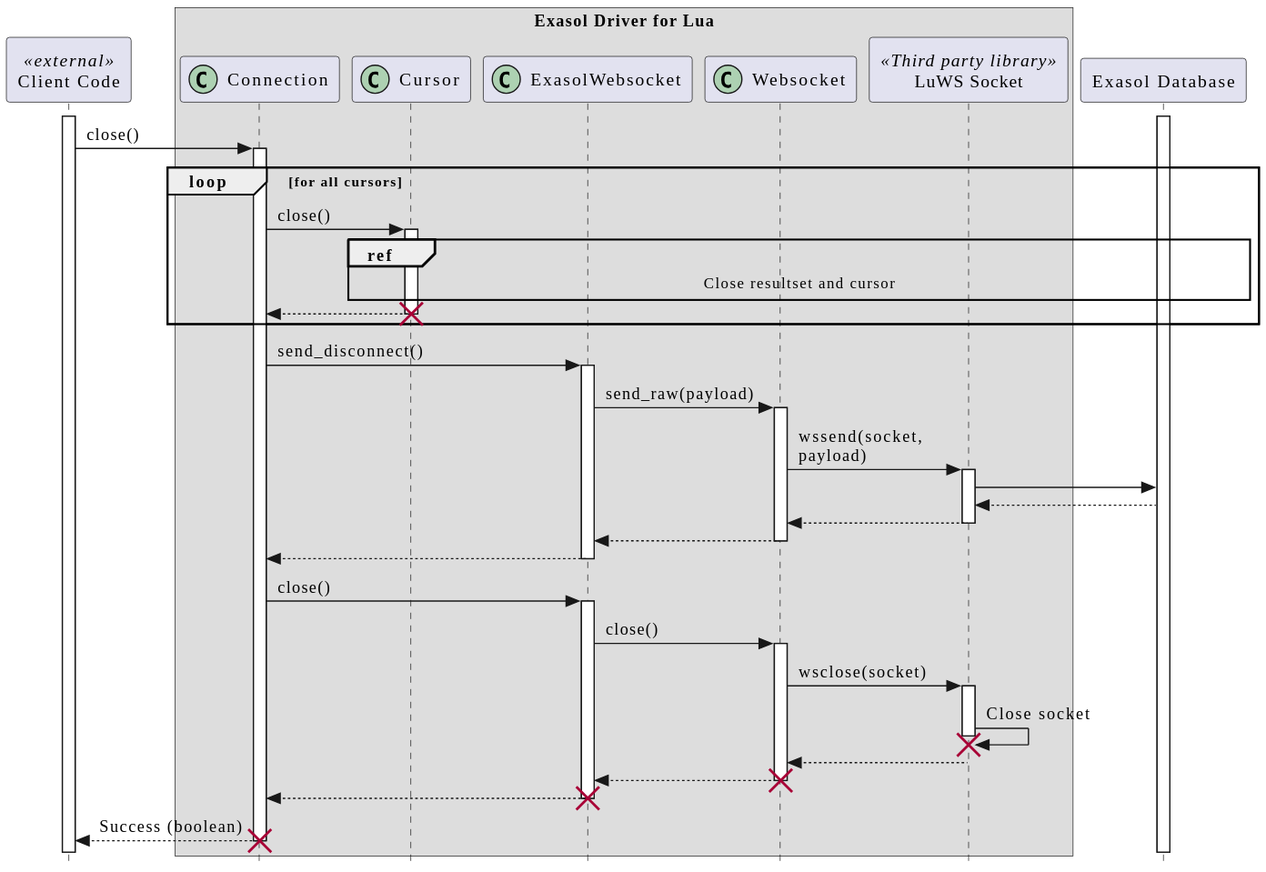
exasol/exasol-driver-lua keeps this PlantUML diagram as doc/images/generated/seq_connection_close.svg. Above is the earlier version. Its diagram source:
```plantuml
@startuml seq_connection_close
!include ../clean.skin

participant "Client Code" as client <<external>>
box "Exasol Driver for Lua"
    participant Connection as conn << (C,#ADD1B2) >>
    participant Cursor as cur << (C,#ADD1B2) >>
    participant ExasolWebsocket as exaws << (C,#ADD1B2) >>
    participant Websocket as ws << (C,#ADD1B2) >>
    participant "LuWS Socket" as luws <<Third party library>>
end box
participant "Exasol Database" as db

activate client
activate db

client -> conn : close()
activate conn
loop for all cursors
    conn -> cur : close()
    activate cur
    ref over cur, db: Close resultset and cursor
    cur --> conn
    destroy cur
end
conn -> exaws : send_disconnect()
activate exaws
exaws -> ws : send_raw(payload)
activate ws
ws -> luws : wssend(socket,\npayload)
activate luws
luws -> db
db --> luws
luws --> ws
deactivate luws
ws --> exaws
deactivate ws
exaws --> conn
deactivate exaws
conn -> exaws : close()
activate exaws
exaws -> ws : close()
activate ws
ws -> luws : wsclose(socket)
activate luws
luws -> luws : Close socket
destroy luws
luws --> ws
ws --> exaws
destroy ws
exaws --> conn
destroy exaws
conn --> client: Success (boolean)
destroy conn


@enduml
```
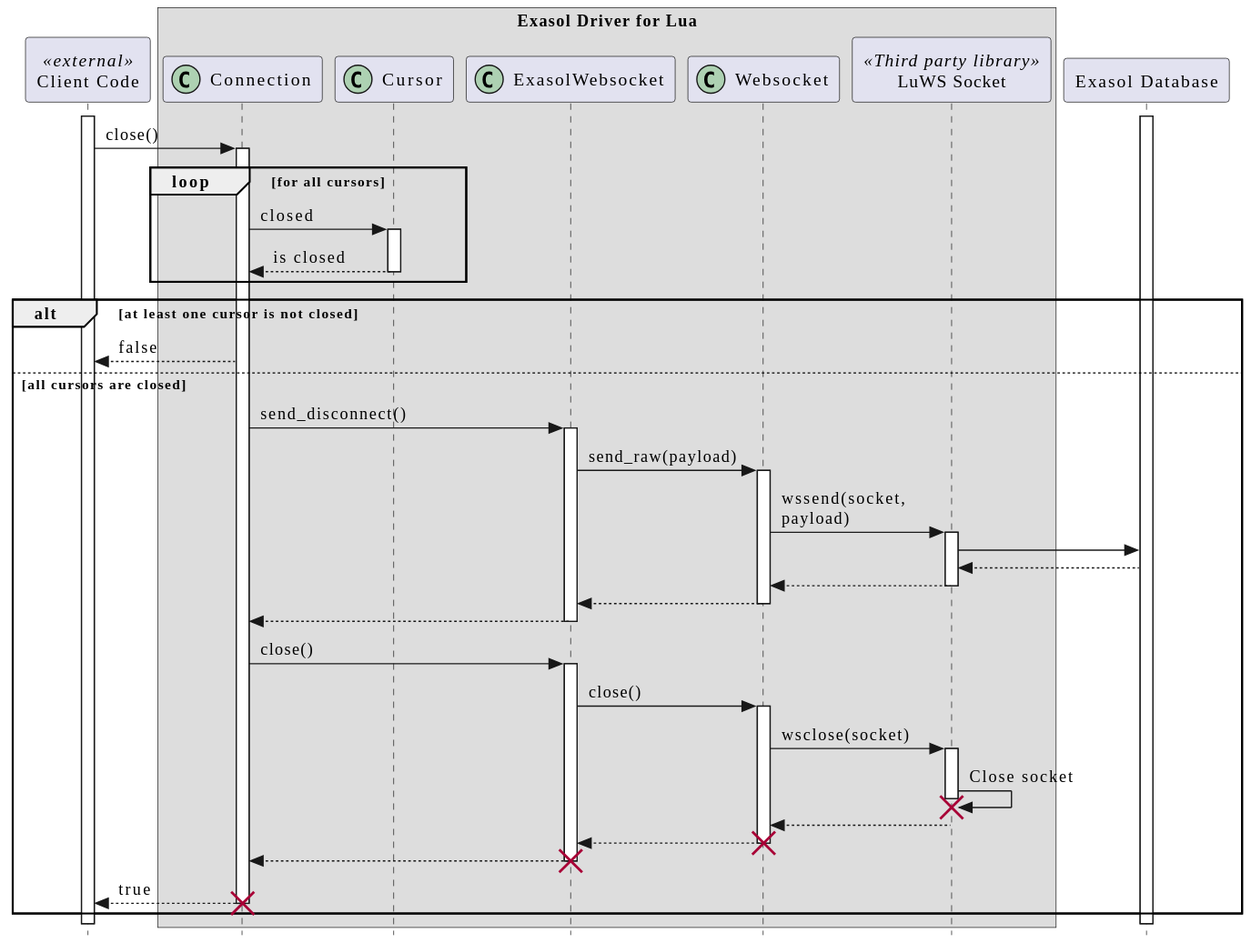
After the change.

Diff of the diagram source:
```diff
@@ -17,41 +17,43 @@
 client -> conn : close()
 activate conn
 loop for all cursors
-    conn -> cur : close()
+    conn -> cur : closed
     activate cur
-    ref over cur, db: Close resultset and cursor
-    cur --> conn
-    destroy cur
+    cur --> conn: is closed
+    deactivate cur
 end
-conn -> exaws : send_disconnect()
-activate exaws
-exaws -> ws : send_raw(payload)
-activate ws
-ws -> luws : wssend(socket,\npayload)
-activate luws
-luws -> db
-db --> luws
-luws --> ws
-deactivate luws
-ws --> exaws
-deactivate ws
-exaws --> conn
-deactivate exaws
-conn -> exaws : close()
-activate exaws
-exaws -> ws : close()
-activate ws
-ws -> luws : wsclose(socket)
-activate luws
-luws -> luws : Close socket
-destroy luws
-luws --> ws
-ws --> exaws
-destroy ws
-exaws --> conn
-destroy exaws
-conn --> client: Success (boolean)
-destroy conn
-
+alt at least one cursor is not closed
+    conn --> client: false
+else all cursors are closed
+    conn -> exaws : send_disconnect()
+    activate exaws
+    exaws -> ws : send_raw(payload)
+    activate ws
+    ws -> luws : wssend(socket,\npayload)
+    activate luws
+    luws -> db
+    db --> luws
+    luws --> ws
+    deactivate luws
+    ws --> exaws
+    deactivate ws
+    exaws --> conn
+    deactivate exaws
+    conn -> exaws : close()
+    activate exaws
+    exaws -> ws : close()
+    activate ws
+    ws -> luws : wsclose(socket)
+    activate luws
+    luws -> luws : Close socket
+    destroy luws
+    luws --> ws
+    ws --> exaws
+    destroy ws
+    exaws --> conn
+    destroy exaws
+    conn --> client: true
+    destroy conn
+end
 
 @enduml
```
